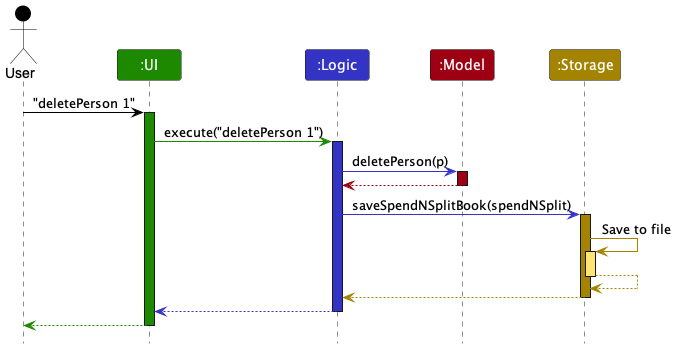
Above: docs/images/ArchitectureSequenceDiagram.png in jeffrey-jian/tp (PlantUML), before the change. Source of this version:
```plantuml
@startuml
!include style.puml
skinparam ArrowFontStyle plain

Actor User as user USER_COLOR
Participant ":UI" as ui UI_COLOR
Participant ":Logic" as logic LOGIC_COLOR
Participant ":Model" as model MODEL_COLOR
Participant ":Storage" as storage STORAGE_COLOR

user -[USER_COLOR]> ui : "deletePerson 1"
activate ui UI_COLOR

ui -[UI_COLOR]> logic : execute("deletePerson 1")
activate logic LOGIC_COLOR

logic -[LOGIC_COLOR]> model : deletePerson(p)
activate model MODEL_COLOR

model -[MODEL_COLOR]-> logic
deactivate model

logic -[LOGIC_COLOR]> storage : saveSpendNSplitBook(spendNSplit)
activate storage STORAGE_COLOR

storage -[STORAGE_COLOR]> storage : Save to file
activate storage STORAGE_COLOR_T1
storage --[STORAGE_COLOR]> storage
deactivate storage

storage --[STORAGE_COLOR]> logic
deactivate storage

logic --[LOGIC_COLOR]> ui
deactivate logic

ui--[UI_COLOR]> user
deactivate ui
@enduml
```
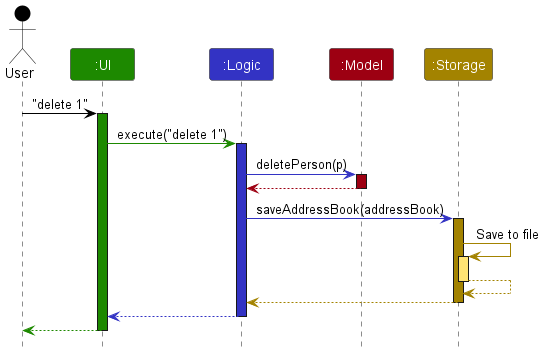
After the change.

The edit, as a diff of the source:
```diff
@@ -8,10 +8,10 @@
 Participant ":Model" as model MODEL_COLOR
 Participant ":Storage" as storage STORAGE_COLOR
 
-user -[USER_COLOR]> ui : "deletePerson 1"
+user -[USER_COLOR]> ui : "delete 1"
 activate ui UI_COLOR
 
-ui -[UI_COLOR]> logic : execute("deletePerson 1")
+ui -[UI_COLOR]> logic : execute("delete 1")
 activate logic LOGIC_COLOR
 
 logic -[LOGIC_COLOR]> model : deletePerson(p)
@@ -20,7 +20,7 @@
 model -[MODEL_COLOR]-> logic
 deactivate model
 
-logic -[LOGIC_COLOR]> storage : saveSpendNSplitBook(spendNSplit)
+logic -[LOGIC_COLOR]> storage : saveAddressBook(addressBook)
 activate storage STORAGE_COLOR
 
 storage -[STORAGE_COLOR]> storage : Save to file
```
